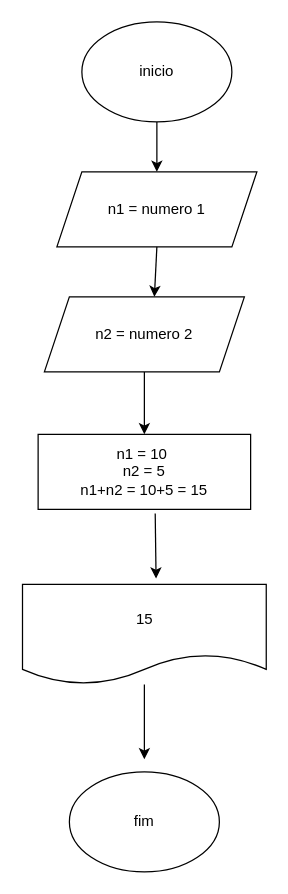
This is Untitled Diagram.drawio from christiandeabreuu/catalisa, a draw.io file, before an edit. Source tidied: cells renumbered, new cells numbered last; positions are measured from the earlier drawing's top-left corner, leaving out a move shared by most shapes. Both pictures are drawn from the tidied source at 125%, with x=0, y=0 at pixel (21, 21).
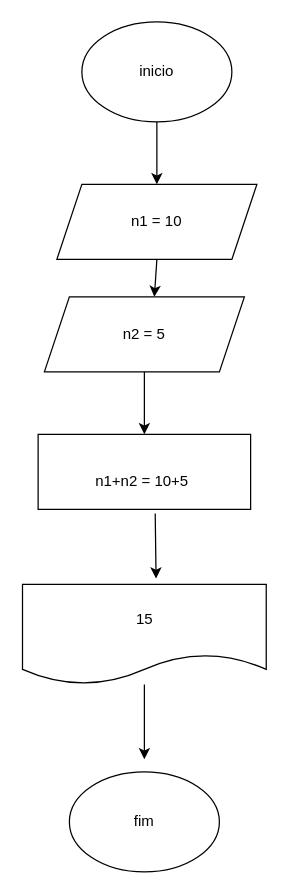
After the change.

Change to the diagram source:
```diff
@@
 <mxGraphModel>
   <root>
     <mxCell id="0" />
     <mxCell id="1" parent="0" />
     <mxCell id="2" value="inicio" style="ellipse;whiteSpace=wrap;html=1;" parent="1" vertex="1">
       <mxGeometry x="48" width="120" height="80" as="geometry" />
     </mxCell>
-    <mxCell id="3" value="n1 = numero 1" style="shape=parallelogram;perimeter=parallelogramPerimeter;whiteSpace=wrap;html=1;fixedSize=1;" parent="1" vertex="1">
-      <mxGeometry x="28" y="120" width="160" height="60" as="geometry" />
+    <mxCell id="3" value="n1 = 10" style="shape=parallelogram;perimeter=parallelogramPerimeter;whiteSpace=wrap;html=1;fixedSize=1;" parent="1" vertex="1">
+      <mxGeometry x="28" y="130" width="160" height="60" as="geometry" />
     </mxCell>
-    <mxCell id="4" value="n2 = numero 2" style="shape=parallelogram;perimeter=parallelogramPerimeter;whiteSpace=wrap;html=1;fixedSize=1;" parent="1" vertex="1">
+    <mxCell id="4" value="n2 = 5" style="shape=parallelogram;perimeter=parallelogramPerimeter;whiteSpace=wrap;html=1;fixedSize=1;" parent="1" vertex="1">
       <mxGeometry x="18" y="220" width="160" height="60" as="geometry" />
     </mxCell>
-    <mxCell id="5" value="n1 = 10&amp;nbsp;&lt;br&gt;n2 = 5&lt;br&gt;n1+n2 = 10+5 = 15" style="rounded=0;whiteSpace=wrap;html=1;" parent="1" vertex="1">
+    <mxCell id="5" value="&lt;br&gt;n1+n2 = 10+5&amp;nbsp;" style="rounded=0;whiteSpace=wrap;html=1;" parent="1" vertex="1">
       <mxGeometry x="13" y="330" width="170" height="60" as="geometry" />
     </mxCell>
     <mxCell id="6" value="15" style="shape=document;whiteSpace=wrap;html=1;boundedLbl=1;" parent="1" vertex="1">
       <mxGeometry x="0.5" y="450" width="195" height="80" as="geometry" />
     </mxCell>
     <mxCell id="7" value="fim" style="ellipse;whiteSpace=wrap;html=1;" parent="1" vertex="1">
       <mxGeometry x="38" y="600" width="120" height="80" as="geometry" />
     </mxCell>
     <mxCell id="8" style="endArrow=classic;html=1;rounded=0;" parent="1" edge="1" source="6">
       <mxGeometry relative="1" as="geometry">
         <mxPoint x="98" y="590" as="targetPoint" />
       </mxGeometry>
     </mxCell>
     <mxCell id="9" style="endArrow=classic;html=1;rounded=0;exitX=0.551;exitY=1.056;exitDx=0;exitDy=0;exitPerimeter=0;entryX=0.548;entryY=-0.058;entryDx=0;entryDy=0;entryPerimeter=0;" parent="1" edge="1" source="5" target="6">
       <mxGeometry relative="1" as="geometry" />
     </mxCell>
     <mxCell id="10" style="endArrow=classic;html=1;rounded=0;exitX=0.5;exitY=1;exitDx=0;exitDy=0;entryX=0.5;entryY=0;entryDx=0;entryDy=0;" parent="1" edge="1" source="4" target="5">
       <mxGeometry relative="1" as="geometry" />
     </mxCell>
     <mxCell id="11" style="endArrow=classic;html=1;rounded=0;exitX=0.5;exitY=1;exitDx=0;exitDy=0;entryX=0.5;entryY=0;entryDx=0;entryDy=0;" parent="1" edge="1" source="2" target="3">
       <mxGeometry relative="1" as="geometry" />
     </mxCell>
     <mxCell id="12" style="endArrow=classic;html=1;rounded=0;exitX=0.5;exitY=1;exitDx=0;exitDy=0;entryX=0.55;entryY=0;entryDx=0;entryDy=0;entryPerimeter=0;" parent="1" edge="1" source="3" target="4">
       <mxGeometry relative="1" as="geometry" />
     </mxCell>
   </root>
 </mxGraphModel>
```
